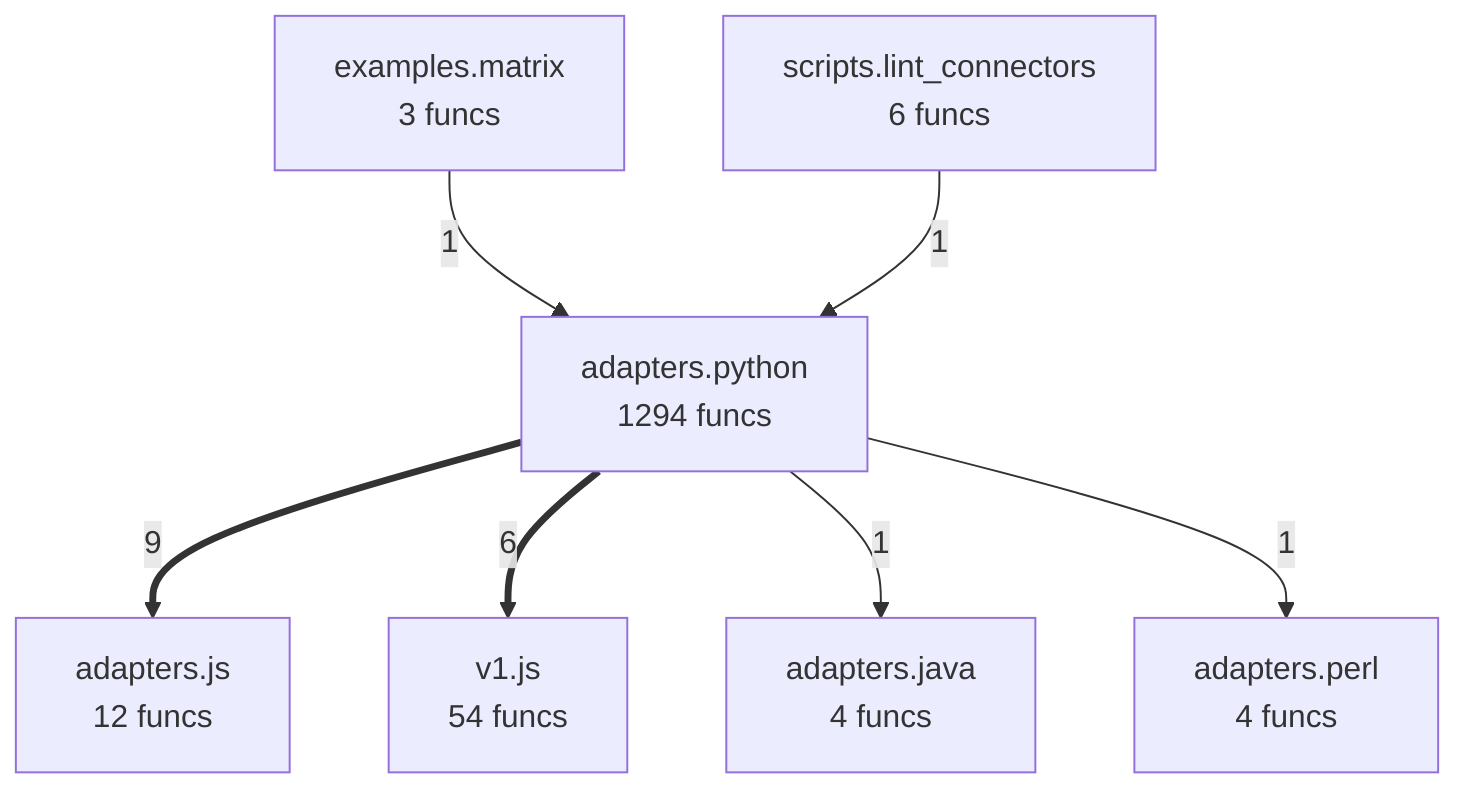
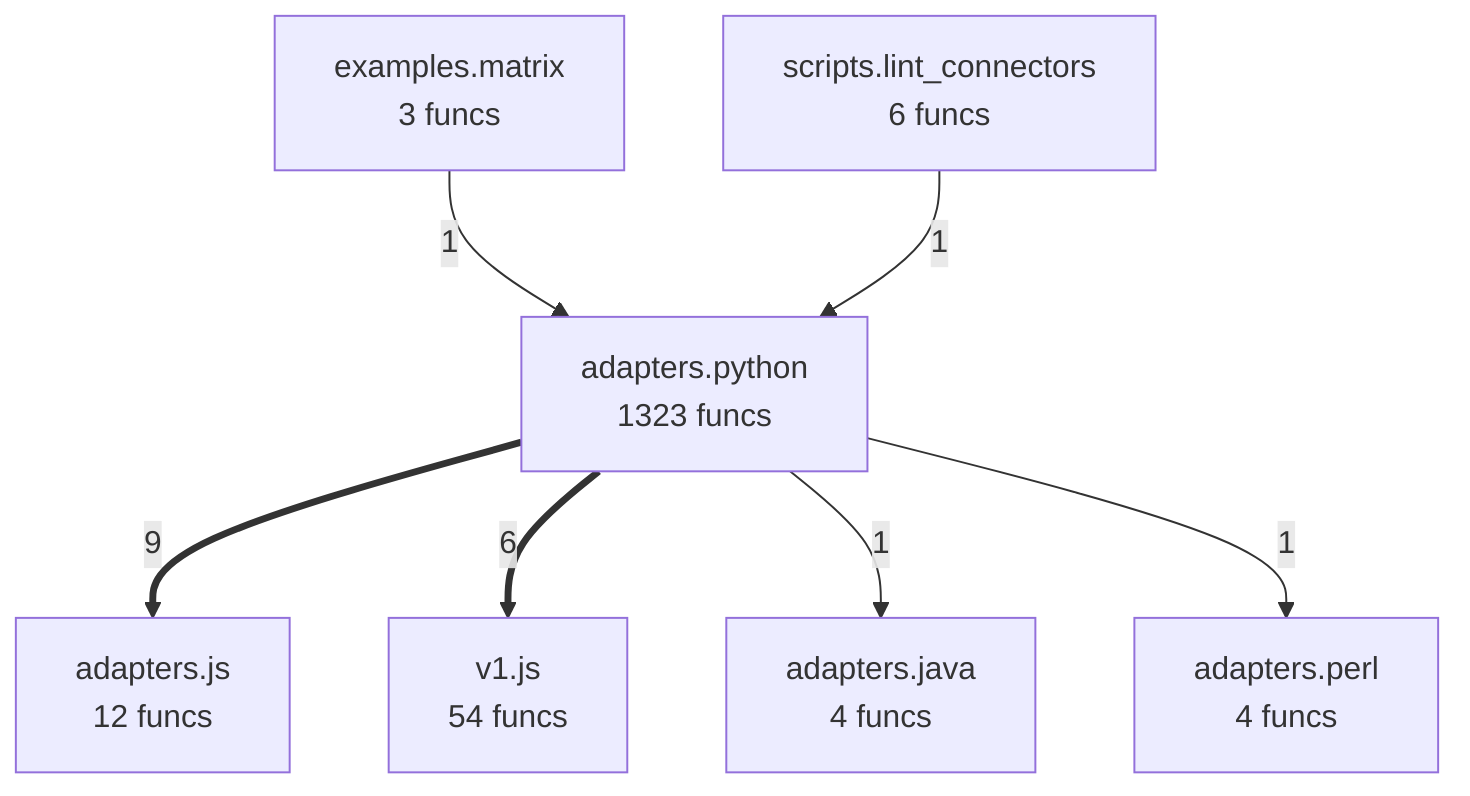
flowchart TD
- %% generated in 0.04s
+ %% generated in 0.07s
    adapters__java["adapters.java<br/>4 funcs"]
    adapters__js["adapters.js<br/>12 funcs"]
    adapters__perl["adapters.perl<br/>4 funcs"]
-     adapters__python["adapters.python<br/>1294 funcs"]
+     adapters__python["adapters.python<br/>1323 funcs"]
    examples__matrix["examples.matrix<br/>3 funcs"]
    scripts__lint_connectors["scripts.lint_connectors<br/>6 funcs"]
    v1__js["v1.js<br/>54 funcs"]
    adapters__python ==>|9| adapters__js
    adapters__python ==>|6| v1__js
    examples__matrix -->|1| adapters__python
    scripts__lint_connectors -->|1| adapters__python
    adapters__python -->|1| adapters__java
    adapters__python -->|1| adapters__perl
